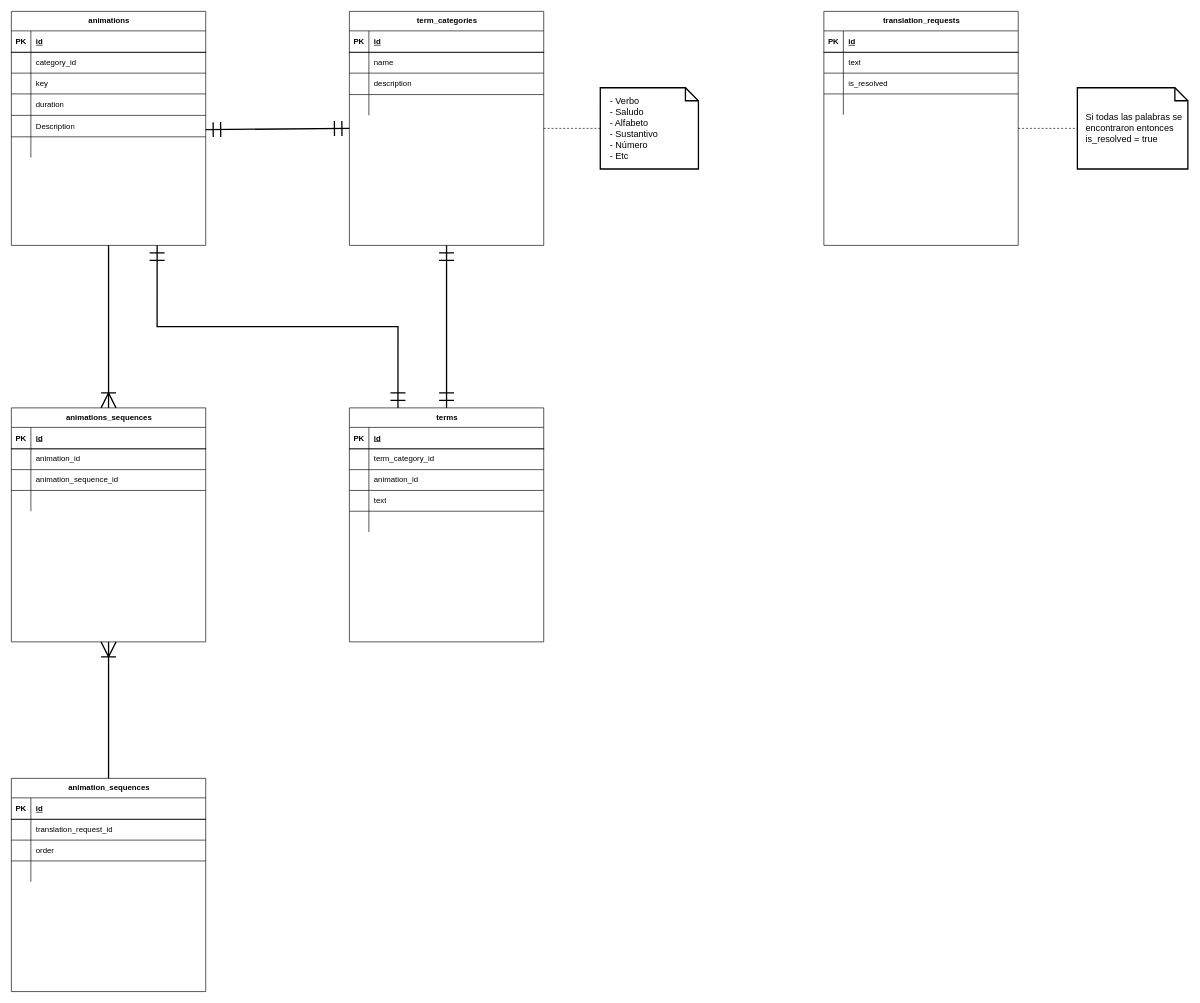
Earlier version of the draw.io diagram ER.drawio (KineticPlex/kinetic-plex-api). Source tidied: cells renumbered, new cells numbered last; positions are measured from the earlier drawing's top-left corner, leaving out a move shared by most shapes. Both pictures are drawn from the tidied source at 65%, with x=0, y=0 at pixel (11, 11).
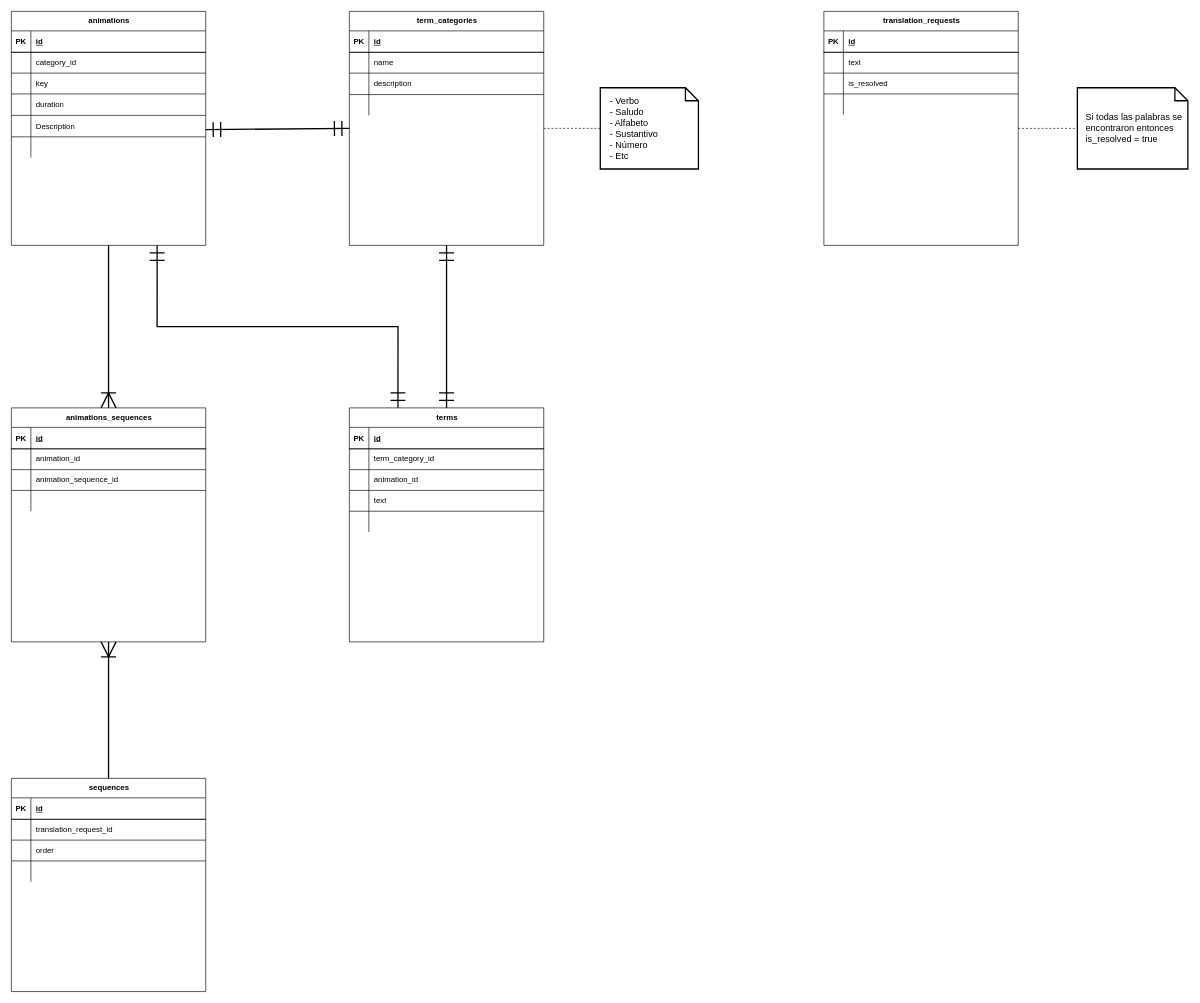
After the change.

The edit, as a diff of the source:
```diff
@@
-    <mxCell id="69" value="animation_sequences" style="shape=table;startSize=30;childLayout=tableLayout;rowLines=1;fontStyle=1;align=center;html=1;swimlaneLine=1;shadow=0;rounded=0;swimlaneHead=1;horizontal=1;swimlaneBody=1;fixDash=0;resizeLastRow=0;fixedWidth=0;" parent="1" vertex="1">
+    <mxCell id="69" value="sequences" style="shape=table;startSize=30;childLayout=tableLayout;rowLines=1;fontStyle=1;align=center;html=1;swimlaneLine=1;shadow=0;rounded=0;swimlaneHead=1;horizontal=1;swimlaneBody=1;fixDash=0;resizeLastRow=0;fixedWidth=0;" parent="1" vertex="1">
       <mxGeometry y="1180" width="299" height="328" as="geometry" />
     </mxCell>
```
